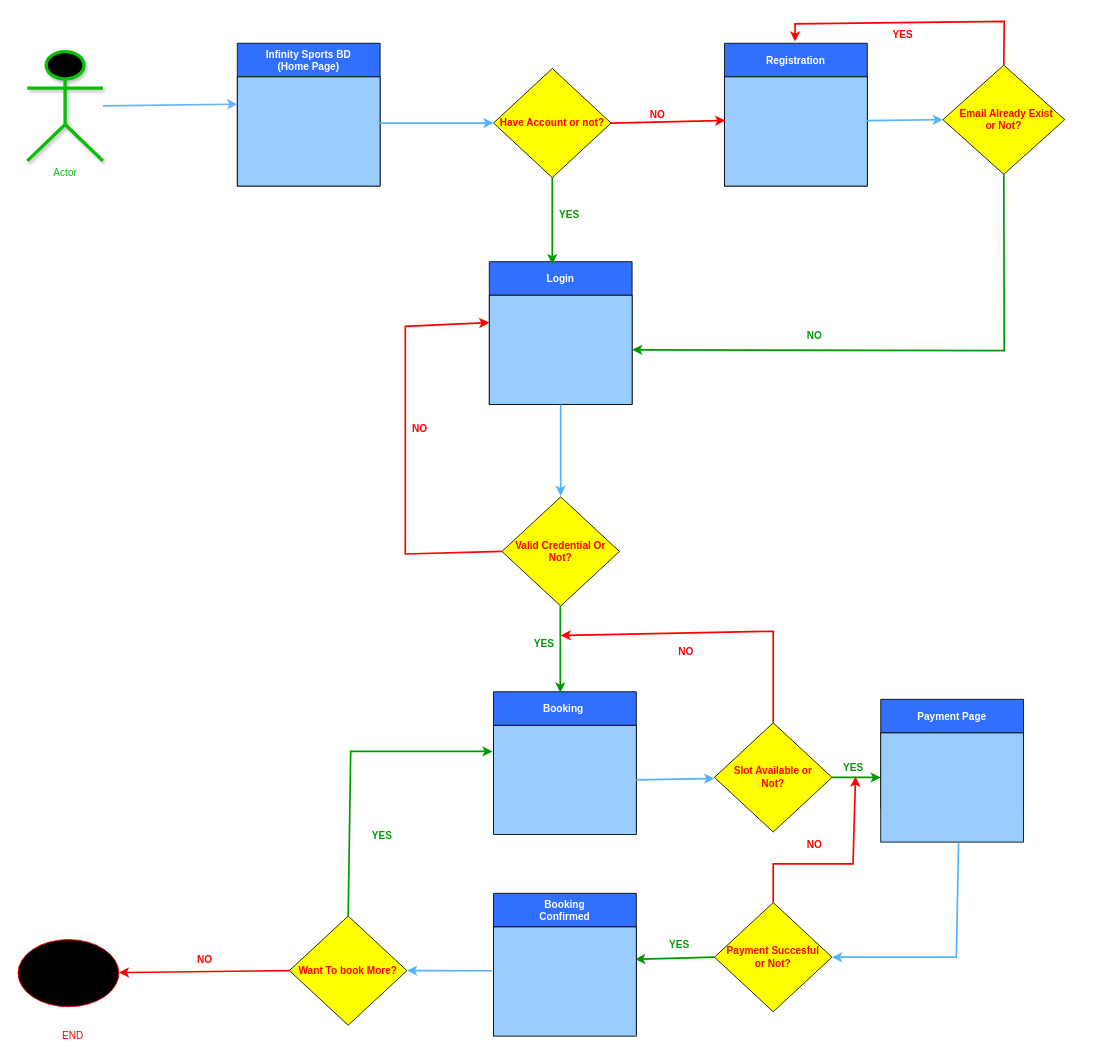
Skippersquareroot100/Advvance-Database keeps this draw.io diagram as Untitled Diagram.drawio. Above is the earlier version. Source tidied: cells renumbered, new cells numbered last; positions are measured from the earlier drawing's top-left corner, leaving out a move shared by most shapes. Both pictures are drawn from the tidied source at 84%, with x=0, y=0 at pixel (18, 21).
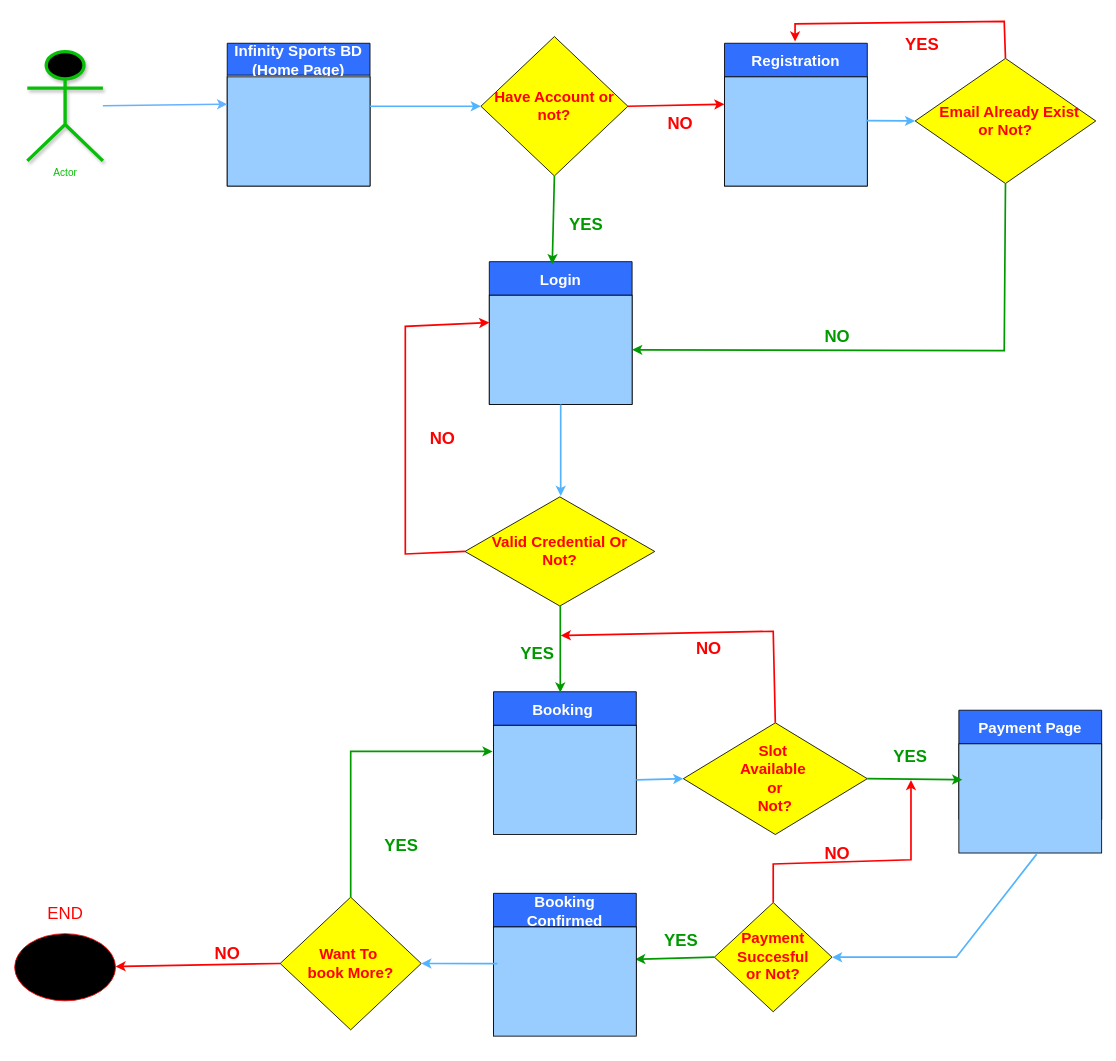
After the change.

Unchanged cells that the change refers to:
```xml
<mxCell id="5" style="whiteSpace=wrap;html=1;fillColor=#99CCFF;" parent="4" vertex="1">
  <mxGeometry y="40" width="170" height="130" as="geometry" />
</mxCell>
<mxCell id="7" style="whiteSpace=wrap;html=1;fillColor=#99CCFF;" parent="6" vertex="1">
  <mxGeometry y="40" width="170" height="130" as="geometry" />
</mxCell>
<mxCell id="9" style="whiteSpace=wrap;html=1;fillColor=#99CCFF;" parent="8" vertex="1">
  <mxGeometry y="40" width="170" height="130" as="geometry" />
</mxCell>
<mxCell id="37" style="whiteSpace=wrap;html=1;fillColor=#99CCFF;" parent="36" vertex="1">
  <mxGeometry y="40" width="170" height="130" as="geometry" />
</mxCell>
```

The edit, as a diff of the source:
```diff
@@
-    <mxCell id="2" value="Infinity Sports BD&#10;(Home Page)" style="swimlane;startSize=40;fillColor=#316FFF;fontColor=#FFFFFF;" parent="1" vertex="1">
-      <mxGeometry x="261" y="26" width="170" height="170" as="geometry" />
+    <mxCell id="2" value="Infinity Sports BD&#10;(Home Page)" style="swimlane;startSize=38;fillColor=#316FFF;fontColor=#FFFFFF;fontSize=18;verticalAlign=middle;" parent="1" vertex="1">
+      <mxGeometry x="249" y="26" width="170" height="170" as="geometry" />
     </mxCell>
@@
-    <mxCell id="4" value="Booking " style="swimlane;startSize=40;fillColor=#316FFF;fontColor=#FFFFFF;" parent="1" vertex="1">
+    <mxCell id="4" value="Booking " style="swimlane;startSize=40;fillColor=#316FFF;fontColor=#FFFFFF;fontSize=18;" parent="1" vertex="1">
       <mxGeometry x="566" y="798" width="170" height="167" as="geometry" />
     </mxCell>
@@
-    <mxCell id="6" value="Registration" style="swimlane;startSize=40;fillColor=#316FFF;fontColor=#FFFFFF;" parent="1" vertex="1">
+    <mxCell id="6" value="Registration" style="swimlane;startSize=40;fillColor=#316FFF;fontColor=#FFFFFF;fontSize=18;" parent="1" vertex="1">
       <mxGeometry x="841" y="26" width="170" height="170" as="geometry" />
     </mxCell>
@@
-    <mxCell id="8" value="Payment Page" style="swimlane;startSize=40;fillColor=#316FFF;fontColor=#FFFFFF;" parent="1" vertex="1">
-      <mxGeometry x="1027" y="807" width="170" height="130" as="geometry" />
+    <mxCell id="8" value="Payment Page" style="swimlane;startSize=40;fillColor=#316FFF;fontColor=#FFFFFF;fontSize=18;" parent="1" vertex="1">
+      <mxGeometry x="1120" y="820" width="170" height="130" as="geometry" />
     </mxCell>
@@
-    <mxCell id="10" value="Login" style="swimlane;startSize=40;fillColor=#316FFF;fontColor=#FFFFFF;" parent="1" vertex="1">
+    <mxCell id="10" value="Login" style="swimlane;startSize=40;fillColor=#316FFF;fontColor=#FFFFFF;fontSize=18;" parent="1" vertex="1">
       <mxGeometry x="561" y="286" width="170" height="170" as="geometry" />
     </mxCell>
@@
-    <mxCell id="12" value="&lt;font style=&quot;color: rgb(255, 0, 0);&quot;&gt;&lt;b style=&quot;&quot;&gt;Have Account or not?&lt;/b&gt;&lt;/font&gt;" style="rhombus;whiteSpace=wrap;html=1;fillColor=light-dark(#FFFF00,#FFFF00);" parent="1" vertex="1">
-      <mxGeometry x="566" y="56" width="140" height="130" as="geometry" />
+    <mxCell id="12" value="&lt;font style=&quot;color: rgb(255, 0, 0); font-size: 18px;&quot;&gt;&lt;b style=&quot;&quot;&gt;Have Account or not?&lt;/b&gt;&lt;/font&gt;" style="rhombus;whiteSpace=wrap;html=1;fillColor=light-dark(#FFFF00,#FFFF00);" parent="1" vertex="1">
+      <mxGeometry x="551" y="18" width="175" height="166" as="geometry" />
     </mxCell>
-    <mxCell id="13" style="endArrow=classic;html=1;rounded=0;exitX=1;exitY=0.5;exitDx=0;exitDy=0;entryX=0.006;entryY=0.4;entryDx=0;entryDy=0;entryPerimeter=0;strokeColor=#FF0000;strokeWidth=2;" parent="1" edge="1" source="12" target="7">
+    <mxCell id="13" style="endArrow=classic;html=1;rounded=0;exitX=1;exitY=0.5;exitDx=0;exitDy=0;strokeColor=#FF0000;strokeWidth=2;entryX=0;entryY=0.25;entryDx=0;entryDy=0;" parent="1" edge="1" source="12" target="7">
       <mxGeometry relative="1" as="geometry" />
     </mxCell>
-    <mxCell id="14" value="&lt;b&gt;&lt;font style=&quot;color: rgb(255, 0, 0);&quot;&gt;NO&lt;/font&gt;&lt;/b&gt;" style="text;html=1;align=center;verticalAlign=middle;strokeColor=none;fillColor=none;" parent="1" vertex="1">
-      <mxGeometry x="741" y="96" width="40" height="30" as="geometry" />
+    <mxCell id="14" value="&lt;b&gt;&lt;font style=&quot;color: rgb(255, 0, 0);&quot;&gt;NO&lt;/font&gt;&lt;/b&gt;" style="text;html=1;align=center;verticalAlign=middle;strokeColor=none;fillColor=none;fontSize=20;" parent="1" vertex="1">
+      <mxGeometry x="764" y="103" width="48" height="36" as="geometry" />
     </mxCell>
@@
-    <mxCell id="16" value="&lt;b&gt;&lt;font style=&quot;color: rgb(0, 153, 0);&quot;&gt;YES&lt;/font&gt;&lt;/b&gt;" style="text;html=1;align=center;verticalAlign=middle;strokeColor=none;fillColor=none;" parent="1" vertex="1">
-      <mxGeometry x="631" y="216" width="50" height="30" as="geometry" />
+    <mxCell id="16" value="&lt;b&gt;&lt;font style=&quot;color: rgb(0, 153, 0);&quot;&gt;YES&lt;/font&gt;&lt;/b&gt;" style="text;html=1;align=center;verticalAlign=middle;strokeColor=none;fillColor=none;fontSize=20;" parent="1" vertex="1">
+      <mxGeometry x="647" y="223" width="58" height="36" as="geometry" />
     </mxCell>
     <mxCell id="17" style="endArrow=classic;html=1;rounded=0;entryX=0;entryY=0.5;entryDx=0;entryDy=0;strokeColor=light-dark(#52b4ff, #ededed);strokeWidth=2;" parent="1" edge="1" target="12">
       <mxGeometry relative="1" as="geometry">
-        <mxPoint x="431" y="121" as="sourcePoint" />
+        <mxPoint x="419" y="101" as="sourcePoint" />
       </mxGeometry>
     </mxCell>
@@
-    <mxCell id="20" value="&lt;font style=&quot;color: rgb(255, 0, 0);&quot;&gt;&lt;b style=&quot;&quot;&gt;&amp;nbsp; &amp;nbsp;Email Already Exist&amp;nbsp;&lt;/b&gt;&lt;/font&gt;&lt;div&gt;&lt;font style=&quot;color: rgb(255, 0, 0);&quot;&gt;&lt;b style=&quot;&quot;&gt;or Not?&lt;/b&gt;&lt;/font&gt;&lt;/div&gt;" style="rhombus;whiteSpace=wrap;html=1;fillColor=light-dark(#FFFF00,#FFFF00);" parent="1" vertex="1">
-      <mxGeometry x="1101" y="52" width="145" height="130" as="geometry" />
+    <mxCell id="20" value="&lt;font style=&quot;color: rgb(255, 0, 0); font-size: 18px;&quot;&gt;&lt;b style=&quot;&quot;&gt;&amp;nbsp; &amp;nbsp;Email Already Exist&amp;nbsp;&lt;/b&gt;&lt;/font&gt;&lt;div&gt;&lt;font style=&quot;color: rgb(255, 0, 0); font-size: 18px;&quot;&gt;&lt;b style=&quot;&quot;&gt;or Not?&lt;/b&gt;&lt;/font&gt;&lt;/div&gt;" style="rhombus;whiteSpace=wrap;html=1;fillColor=light-dark(#FFFF00,#FFFF00);" parent="1" vertex="1">
+      <mxGeometry x="1068" y="44" width="215" height="149" as="geometry" />
     </mxCell>
-    <mxCell id="21" value="&lt;b&gt;&lt;font style=&quot;color: rgb(0, 153, 0);&quot;&gt;NO&lt;/font&gt;&lt;/b&gt;" style="text;html=1;align=center;verticalAlign=middle;strokeColor=none;fillColor=none;" parent="1" vertex="1">
-      <mxGeometry x="930" y="361" width="36" height="26" as="geometry" />
+    <mxCell id="21" value="&lt;b&gt;&lt;font style=&quot;color: rgb(0, 153, 0);&quot;&gt;NO&lt;/font&gt;&lt;/b&gt;" style="text;html=1;align=center;verticalAlign=middle;strokeColor=none;fillColor=none;fontSize=20;" parent="1" vertex="1">
+      <mxGeometry x="951" y="356" width="48" height="36" as="geometry" />
     </mxCell>
@@
-    <mxCell id="24" value="&lt;b&gt;&lt;font style=&quot;color: rgb(255, 0, 0);&quot;&gt;YES&lt;/font&gt;&lt;/b&gt;" style="text;html=1;align=center;verticalAlign=middle;strokeColor=none;fillColor=none;" parent="1" vertex="1">
-      <mxGeometry x="1032" y="3" width="42" height="26" as="geometry" />
+    <mxCell id="24" value="&lt;b&gt;&lt;font style=&quot;color: rgb(255, 0, 0);&quot;&gt;YES&lt;/font&gt;&lt;/b&gt;" style="text;html=1;align=center;verticalAlign=middle;strokeColor=none;fillColor=none;fontSize=20;" parent="1" vertex="1">
+      <mxGeometry x="1047" y="8" width="58" height="36" as="geometry" />
     </mxCell>
-    <mxCell id="25" value="&lt;font style=&quot;color: rgb(255, 0, 0);&quot;&gt;&lt;b style=&quot;&quot;&gt;Valid Credential Or&lt;/b&gt;&lt;/font&gt;&lt;div&gt;&lt;font style=&quot;color: rgb(255, 0, 0);&quot;&gt;&lt;b style=&quot;&quot;&gt;Not?&lt;/b&gt;&lt;/font&gt;&lt;/div&gt;" style="rhombus;whiteSpace=wrap;html=1;fillColor=light-dark(#FFFF00,#FFFF00);" parent="1" vertex="1">
-      <mxGeometry x="576" y="566" width="140" height="130" as="geometry" />
+    <mxCell id="25" value="&lt;font style=&quot;color: rgb(255, 0, 0); font-size: 18px;&quot;&gt;&lt;b style=&quot;&quot;&gt;Valid Credential Or&lt;/b&gt;&lt;/font&gt;&lt;div&gt;&lt;font style=&quot;color: rgb(255, 0, 0); font-size: 18px;&quot;&gt;&lt;b style=&quot;&quot;&gt;Not?&lt;/b&gt;&lt;/font&gt;&lt;/div&gt;" style="rhombus;whiteSpace=wrap;html=1;fillColor=light-dark(#FFFF00,#FFFF00);" parent="1" vertex="1">
+      <mxGeometry x="532" y="566" width="226" height="130" as="geometry" />
     </mxCell>
-    <mxCell id="26" value="&lt;b&gt;&lt;font style=&quot;color: rgb(0, 153, 0);&quot;&gt;YES&lt;/font&gt;&lt;/b&gt;" style="text;html=1;align=center;verticalAlign=middle;strokeColor=none;fillColor=none;" parent="1" vertex="1">
-      <mxGeometry x="601" y="726" width="50" height="30" as="geometry" />
+    <mxCell id="26" value="&lt;b&gt;&lt;font style=&quot;color: rgb(0, 153, 0);&quot;&gt;YES&lt;/font&gt;&lt;/b&gt;" style="text;html=1;align=center;verticalAlign=middle;strokeColor=none;fillColor=none;fontSize=20;" parent="1" vertex="1">
+      <mxGeometry x="589" y="733" width="58" height="36" as="geometry" />
     </mxCell>
@@
-    <mxCell id="29" value="&lt;b&gt;&lt;font style=&quot;color: rgb(255, 0, 0);&quot;&gt;NO&lt;/font&gt;&lt;/b&gt;" style="text;html=1;align=center;verticalAlign=middle;strokeColor=none;fillColor=none;" parent="1" vertex="1">
-      <mxGeometry x="458" y="470" width="40" height="30" as="geometry" />
+    <mxCell id="29" value="&lt;b&gt;&lt;font style=&quot;color: rgb(255, 0, 0);&quot;&gt;NO&lt;/font&gt;&lt;/b&gt;" style="text;html=1;align=center;verticalAlign=middle;strokeColor=none;fillColor=none;fontSize=20;" parent="1" vertex="1">
+      <mxGeometry x="481" y="477" width="48" height="36" as="geometry" />
     </mxCell>
@@
-    <mxCell id="31" value="&lt;font style=&quot;color: rgb(255, 0, 0);&quot;&gt;&lt;b style=&quot;&quot;&gt;Slot Available or&lt;/b&gt;&lt;/font&gt;&lt;div&gt;&lt;font style=&quot;color: rgb(255, 0, 0);&quot;&gt;&lt;b style=&quot;&quot;&gt;Not?&lt;/b&gt;&lt;/font&gt;&lt;/div&gt;" style="rhombus;whiteSpace=wrap;html=1;fillColor=#FFFF00;" parent="1" vertex="1">
-      <mxGeometry x="829" y="835" width="140" height="130" as="geometry" />
+    <mxCell id="31" value="&lt;font style=&quot;color: rgb(255, 0, 0); font-size: 18px;&quot;&gt;&lt;b style=&quot;&quot;&gt;Slot&amp;nbsp;&lt;/b&gt;&lt;/font&gt;&lt;div&gt;&lt;font style=&quot;color: rgb(255, 0, 0); font-size: 18px;&quot;&gt;&lt;b style=&quot;&quot;&gt;Available&amp;nbsp;&lt;/b&gt;&lt;/font&gt;&lt;div&gt;&lt;font style=&quot;color: rgb(255, 0, 0); font-size: 18px;&quot;&gt;&lt;b style=&quot;&quot;&gt;or&lt;/b&gt;&lt;/font&gt;&lt;div&gt;&lt;font style=&quot;color: rgb(255, 0, 0); font-size: 18px;&quot;&gt;&lt;b style=&quot;&quot;&gt;Not?&lt;/b&gt;&lt;/font&gt;&lt;/div&gt;&lt;/div&gt;&lt;/div&gt;" style="rhombus;whiteSpace=wrap;html=1;fillColor=#FFFF00;" parent="1" vertex="1">
+      <mxGeometry x="792" y="835" width="219" height="133" as="geometry" />
     </mxCell>
@@
-    <mxCell id="33" style="endArrow=classic;html=1;rounded=0;exitX=1;exitY=0.5;exitDx=0;exitDy=0;strokeColor=#009900;strokeWidth=2;" parent="1" edge="1" source="31">
-      <mxGeometry relative="1" as="geometry">
-        <mxPoint x="1027" y="900" as="targetPoint" />
-      </mxGeometry>
+    <mxCell id="33" style="endArrow=classic;html=1;rounded=0;exitX=1;exitY=0.5;exitDx=0;exitDy=0;strokeColor=#009900;strokeWidth=2;entryX=0.024;entryY=0.328;entryDx=0;entryDy=0;entryPerimeter=0;" parent="1" edge="1" source="31" target="9">
+      <mxGeometry relative="1" as="geometry" />
     </mxCell>
-    <mxCell id="34" value="&lt;font style=&quot;color: rgb(255, 0, 0);&quot;&gt;&lt;b style=&quot;&quot;&gt;Payment Succesful&lt;/b&gt;&lt;/font&gt;&lt;div&gt;&lt;font style=&quot;color: rgb(255, 0, 0);&quot;&gt;&lt;b style=&quot;&quot;&gt;or Not?&lt;/b&gt;&lt;/font&gt;&lt;/div&gt;" style="rhombus;whiteSpace=wrap;html=1;fillColor=#FFFF00;" parent="1" vertex="1">
+    <mxCell id="34" value="&lt;font style=&quot;color: rgb(255, 0, 0); font-size: 18px;&quot;&gt;&lt;b style=&quot;&quot;&gt;Payment Succesful&lt;/b&gt;&lt;/font&gt;&lt;div&gt;&lt;font style=&quot;color: rgb(255, 0, 0); font-size: 18px;&quot;&gt;&lt;b style=&quot;&quot;&gt;or Not?&lt;/b&gt;&lt;/font&gt;&lt;/div&gt;" style="rhombus;whiteSpace=wrap;html=1;fillColor=#FFFF00;" parent="1" vertex="1">
       <mxGeometry x="829" y="1049" width="140" height="130" as="geometry" />
     </mxCell>
@@
-    <mxCell id="36" value="Booking&#10;Confirmed" style="swimlane;startSize=40;fillColor=#316FFF;fontColor=#FFFFFF;" parent="1" vertex="1">
+    <mxCell id="36" value="Booking&#10;Confirmed" style="swimlane;startSize=40;fillColor=#316FFF;fontColor=#FFFFFF;fontSize=18;" parent="1" vertex="1">
       <mxGeometry x="566" y="1038" width="170" height="167" as="geometry" />
     </mxCell>
@@
     <mxCell id="39" style="endArrow=classic;html=1;rounded=0;strokeColor=#FF0000;exitX=0.5;exitY=0;exitDx=0;exitDy=0;strokeWidth=2;" parent="1" edge="1" source="34">
       <mxGeometry relative="1" as="geometry">
-        <mxPoint x="997" y="899" as="targetPoint" />
+        <mxPoint x="1063" y="903" as="targetPoint" />
         <Array as="points">
           <mxPoint x="899" y="1003" />
-          <mxPoint x="994" y="1003" />
+          <mxPoint x="1063" y="998" />
         </Array>
       </mxGeometry>
     </mxCell>
-    <mxCell id="40" value="&lt;font style=&quot;color: rgb(255, 0, 0);&quot;&gt;&lt;b style=&quot;&quot;&gt;Want To book More?&lt;/b&gt;&lt;/font&gt;" style="rhombus;whiteSpace=wrap;html=1;fillColor=#FFFF00;" parent="1" vertex="1">
-      <mxGeometry x="323" y="1065" width="140" height="130" as="geometry" />
+    <mxCell id="40" value="&lt;font style=&quot;color: rgb(255, 0, 0); font-size: 18px;&quot;&gt;&lt;b style=&quot;&quot;&gt;Want To&amp;nbsp;&lt;/b&gt;&lt;/font&gt;&lt;div&gt;&lt;font style=&quot;font-size: 18px;&quot;&gt;&lt;font style=&quot;color: rgb(255, 0, 0);&quot;&gt;&lt;b style=&quot;&quot;&gt;book&amp;nbsp;&lt;/b&gt;&lt;/font&gt;&lt;b style=&quot;color: rgb(255, 0, 0);&quot;&gt;More?&lt;/b&gt;&lt;/font&gt;&lt;/div&gt;" style="rhombus;whiteSpace=wrap;html=1;fillColor=#FFFF00;" parent="1" vertex="1">
+      <mxGeometry x="312" y="1042.5" width="168" height="158" as="geometry" />
     </mxCell>
-    <mxCell id="41" style="endArrow=classic;html=1;rounded=0;strokeColor=light-dark(#52b4ff, #ededed);entryX=1;entryY=0.5;entryDx=0;entryDy=0;exitX=-0.008;exitY=0.401;exitDx=0;exitDy=0;exitPerimeter=0;strokeWidth=2;" parent="1" edge="1" source="37" target="40">
+    <mxCell id="41" style="endArrow=classic;html=1;rounded=0;strokeColor=light-dark(#52b4ff, #ededed);entryX=1;entryY=0.5;entryDx=0;entryDy=0;exitX=0.027;exitY=0.336;exitDx=0;exitDy=0;exitPerimeter=0;strokeWidth=2;" parent="1" edge="1" source="37" target="40">
       <mxGeometry relative="1" as="geometry" />
     </mxCell>
@@
     <mxCell id="44" style="ellipse;whiteSpace=wrap;html=1;strokeColor=#FF0000;align=center;verticalAlign=top;fontFamily=Helvetica;fontSize=12;fontColor=#08BF08;fillColor=#dae8fc;gradientColor=light-dark(#eb0f0f, #ededed);gradientDirection=north;" parent="1" vertex="1">
-      <mxGeometry y="1093" width="120" height="80" as="geometry" />
+      <mxGeometry x="-4" y="1086" width="120" height="80" as="geometry" />
     </mxCell>
-    <mxCell id="45" value="&lt;b&gt;&lt;font style=&quot;color: rgb(0, 153, 0);&quot;&gt;YES&lt;/font&gt;&lt;/b&gt;" style="text;html=1;align=center;verticalAlign=middle;strokeColor=none;fillColor=none;" parent="1" vertex="1">
-      <mxGeometry x="408" y="955" width="50" height="30" as="geometry" />
+    <mxCell id="45" value="&lt;b&gt;&lt;font style=&quot;color: rgb(0, 153, 0);&quot;&gt;YES&lt;/font&gt;&lt;/b&gt;" style="text;html=1;align=center;verticalAlign=middle;strokeColor=none;fillColor=none;fontSize=20;" parent="1" vertex="1">
+      <mxGeometry x="427" y="962" width="58" height="36" as="geometry" />
     </mxCell>
-    <mxCell id="46" value="&lt;b&gt;&lt;font style=&quot;color: rgb(255, 0, 0);&quot;&gt;NO&lt;/font&gt;&lt;/b&gt;" style="text;html=1;align=center;verticalAlign=middle;strokeColor=none;fillColor=none;" parent="1" vertex="1">
-      <mxGeometry x="202" y="1103" width="40" height="30" as="geometry" />
+    <mxCell id="46" value="&lt;b&gt;&lt;font style=&quot;color: rgb(255, 0, 0);&quot;&gt;NO&lt;/font&gt;&lt;/b&gt;" style="text;html=1;align=center;verticalAlign=middle;strokeColor=none;fillColor=none;fontSize=20;" parent="1" vertex="1">
+      <mxGeometry x="225" y="1091" width="48" height="36" as="geometry" />
     </mxCell>
-    <mxCell id="47" value="&lt;b&gt;&lt;font style=&quot;color: rgb(0, 153, 0);&quot;&gt;YES&lt;/font&gt;&lt;/b&gt;" style="text;html=1;align=center;verticalAlign=middle;strokeColor=none;fillColor=none;" parent="1" vertex="1">
-      <mxGeometry x="762" y="1084" width="50" height="30" as="geometry" />
+    <mxCell id="47" value="&lt;b&gt;&lt;font style=&quot;color: rgb(0, 153, 0);&quot;&gt;YES&lt;/font&gt;&lt;/b&gt;" style="text;html=1;align=center;verticalAlign=middle;strokeColor=none;fillColor=none;fontSize=20;" parent="1" vertex="1">
+      <mxGeometry x="760" y="1075" width="58" height="36" as="geometry" />
     </mxCell>
-    <mxCell id="48" value="&lt;b&gt;&lt;font style=&quot;color: rgb(255, 0, 0);&quot;&gt;NO&lt;/font&gt;&lt;/b&gt;" style="text;html=1;align=center;verticalAlign=middle;strokeColor=none;fillColor=none;" parent="1" vertex="1">
-      <mxGeometry x="928" y="965" width="40" height="30" as="geometry" />
+    <mxCell id="48" value="&lt;b&gt;&lt;font style=&quot;color: rgb(255, 0, 0);&quot;&gt;NO&lt;/font&gt;&lt;/b&gt;" style="text;html=1;align=center;verticalAlign=middle;strokeColor=none;fillColor=none;fontSize=20;" parent="1" vertex="1">
+      <mxGeometry x="951" y="972" width="48" height="36" as="geometry" />
     </mxCell>
-    <mxCell id="49" value="&lt;b&gt;&lt;font style=&quot;color: rgb(255, 0, 0);&quot;&gt;NO&lt;/font&gt;&lt;/b&gt;" style="text;html=1;align=center;verticalAlign=middle;strokeColor=none;fillColor=none;" parent="1" vertex="1">
-      <mxGeometry x="775" y="736" width="40" height="30" as="geometry" />
+    <mxCell id="49" value="&lt;b&gt;&lt;font style=&quot;color: rgb(255, 0, 0);&quot;&gt;NO&lt;/font&gt;&lt;/b&gt;" style="text;html=1;align=center;verticalAlign=middle;strokeColor=none;fillColor=none;fontSize=20;" parent="1" vertex="1">
+      <mxGeometry x="798" y="727" width="48" height="36" as="geometry" />
     </mxCell>
-    <mxCell id="50" style="endArrow=classic;html=1;rounded=0;strokeColor=light-dark(#52b4ff, #ededed);exitX=1;exitY=0.5;exitDx=0;exitDy=0;strokeWidth=2;" parent="1" edge="1" source="5">
-      <mxGeometry relative="1" as="geometry">
-        <mxPoint x="829" y="901.3" as="targetPoint" />
-      </mxGeometry>
+    <mxCell id="50" style="endArrow=classic;html=1;rounded=0;strokeColor=light-dark(#52b4ff, #ededed);exitX=1;exitY=0.5;exitDx=0;exitDy=0;strokeWidth=2;entryX=0;entryY=0.5;entryDx=0;entryDy=0;" parent="1" edge="1" source="5" target="31">
+      <mxGeometry relative="1" as="geometry" />
     </mxCell>
@@
-    <mxCell id="52" value="&lt;b&gt;&lt;font style=&quot;color: rgb(0, 153, 0);&quot;&gt;YES&lt;/font&gt;&lt;/b&gt;" style="text;html=1;align=center;verticalAlign=middle;strokeColor=none;fillColor=none;" parent="1" vertex="1">
-      <mxGeometry x="969" y="874" width="50" height="30" as="geometry" />
+    <mxCell id="52" value="&lt;b&gt;&lt;font style=&quot;color: rgb(0, 153, 0);&quot;&gt;YES&lt;/font&gt;&lt;/b&gt;" style="text;html=1;align=center;verticalAlign=middle;strokeColor=none;fillColor=none;fontSize=20;" parent="1" vertex="1">
+      <mxGeometry x="1033" y="856" width="58" height="36" as="geometry" />
     </mxCell>
-    <mxCell id="53" value="&lt;font style=&quot;color: rgb(255, 0, 0);&quot;&gt;END&lt;/font&gt;" style="text;html=1;align=center;verticalAlign=middle;strokeColor=none;fillColor=none;fontFamily=Helvetica;fontSize=12;fontColor=#08BF08;" parent="1" vertex="1">
-      <mxGeometry x="43" y="1195" width="43" height="26" as="geometry" />
+    <mxCell id="53" value="&lt;font style=&quot;color: rgb(255, 0, 0);&quot;&gt;END&lt;/font&gt;" style="text;html=1;align=center;verticalAlign=middle;strokeColor=none;fillColor=none;fontFamily=Helvetica;fontSize=20;fontColor=#08BF08;" parent="1" vertex="1">
+      <mxGeometry x="26" y="1042.5" width="60" height="36" as="geometry" />
     </mxCell>
```
